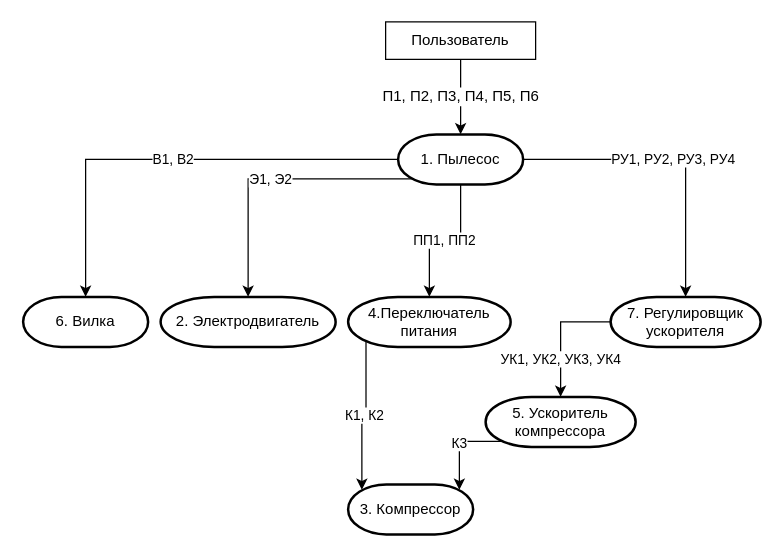
Yokud/4_sem_SE keeps this draw.io diagram as page "МВО" (3 of 5) of OOP/Lab_05/vacuum_cleaner.drawio. Above is the earlier version. Source tidied: cells renumbered, new cells numbered last; positions are measured from the earlier drawing's top-left corner, leaving out a move shared by most shapes. Both pictures are drawn from the tidied source at 125%, with x=0, y=0 at pixel (22, 21).
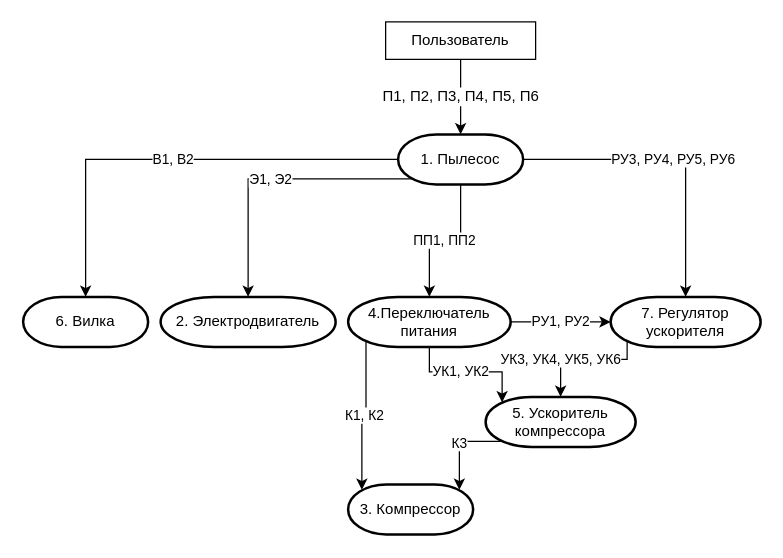
The same page after the edit.

The change refers to these unchanged cells:
```xml
<mxCell id="7" value="1. Пылесос" style="strokeWidth=2;html=1;shape=mxgraph.flowchart.terminator;whiteSpace=wrap;" parent="1" vertex="1">
  <mxGeometry x="300" y="90" width="100" height="40" as="geometry" />
</mxCell>
<mxCell id="15" value="5. Ускоритель компрессора" style="strokeWidth=2;html=1;shape=mxgraph.flowchart.terminator;whiteSpace=wrap;" parent="1" vertex="1">
  <mxGeometry x="370" y="300" width="120" height="40" as="geometry" />
</mxCell>
<mxCell id="17" value="4.Переключатель питания" style="strokeWidth=2;html=1;shape=mxgraph.flowchart.terminator;whiteSpace=wrap;" parent="1" vertex="1">
  <mxGeometry x="260" y="220" width="130" height="40" as="geometry" />
</mxCell>
```

The edit, as a diff of the source:
```diff
@@
-    <mxCell id="6" value="РУ1, РУ2, РУ3, РУ4" style="edgeStyle=orthogonalEdgeStyle;rounded=0;jettySize=auto;html=1;exitX=1;exitY=0.5;exitDx=0;exitDy=0;exitPerimeter=0;entryX=0.5;entryY=0;entryDx=0;entryDy=0;entryPerimeter=0;" parent="1" edge="1" source="7" target="13">
+    <mxCell id="6" value="РУ3, РУ4, РУ5, РУ6" style="edgeStyle=orthogonalEdgeStyle;rounded=0;jettySize=auto;html=1;exitX=1;exitY=0.5;exitDx=0;exitDy=0;exitPerimeter=0;entryX=0.5;entryY=0;entryDx=0;entryDy=0;entryPerimeter=0;" parent="1" edge="1" source="7" target="13">
       <mxGeometry relative="1" as="geometry" />
     </mxCell>
@@
-    <mxCell id="12" value="УК1, УК2, УК3, УК4" style="edgeStyle=orthogonalEdgeStyle;rounded=0;jettySize=auto;html=1;exitX=0;exitY=0.5;exitDx=0;exitDy=0;exitPerimeter=0;entryX=0.5;entryY=0;entryDx=0;entryDy=0;entryPerimeter=0;" parent="1" edge="1" source="13" target="15">
-      <mxGeometry x="0.4" relative="1" as="geometry" />
+    <mxCell id="12" value="УК3, УК4, УК5, УК6" style="edgeStyle=orthogonalEdgeStyle;rounded=0;jettySize=auto;html=1;exitX=0.11;exitY=0.89;exitDx=0;exitDy=0;exitPerimeter=0;entryX=0.5;entryY=0;entryDx=0;entryDy=0;entryPerimeter=0;" parent="1" edge="1" source="13" target="15">
+      <mxGeometry x="0.4" relative="1" as="geometry">
+        <Array as="points">
+          <mxPoint x="483" y="270" />
+          <mxPoint x="430" y="270" />
+        </Array>
+      </mxGeometry>
     </mxCell>
-    <mxCell id="13" value="7. Регулировщик ускорителя" style="strokeWidth=2;html=1;shape=mxgraph.flowchart.terminator;whiteSpace=wrap;" parent="1" vertex="1">
+    <mxCell id="13" value="7. Регулятор ускорителя" style="strokeWidth=2;html=1;shape=mxgraph.flowchart.terminator;whiteSpace=wrap;" parent="1" vertex="1">
       <mxGeometry x="470" y="220" width="120" height="40" as="geometry" />
     </mxCell>
@@
+    <mxCell id="18" value="УК1, УК2" style="edgeStyle=orthogonalEdgeStyle;rounded=0;jettySize=auto;html=1;exitX=0.5;exitY=1;exitDx=0;exitDy=0;exitPerimeter=0;entryX=0.11;entryY=0.11;entryDx=0;entryDy=0;entryPerimeter=0;" parent="1" edge="1" source="17" target="15">
+      <mxGeometry x="-0.12" relative="1" as="geometry" />
+    </mxCell>
+    <mxCell id="19" value="РУ1, РУ2" style="edgeStyle=orthogonalEdgeStyle;rounded=0;jettySize=auto;html=1;exitX=1;exitY=0.5;exitDx=0;exitDy=0;exitPerimeter=0;entryX=0;entryY=0.5;entryDx=0;entryDy=0;entryPerimeter=0;" parent="1" edge="1" source="17" target="13">
+      <mxGeometry relative="1" as="geometry" />
+    </mxCell>
```
